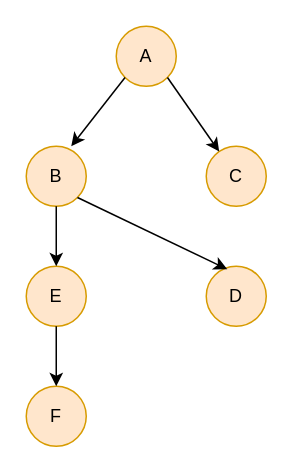
Before: ly_thuyet/ly_thuyet_do_thi/diagrams/graph1.drawio in cmtoan/tri-tue-nhan-tao, a draw.io diagram. Source tidied: cells renumbered, new cells numbered last; positions are measured from the earlier drawing's top-left corner, leaving out a move shared by most shapes. Both pictures are drawn from the tidied source at 150%, with x=0, y=0 at pixel (26, 26).
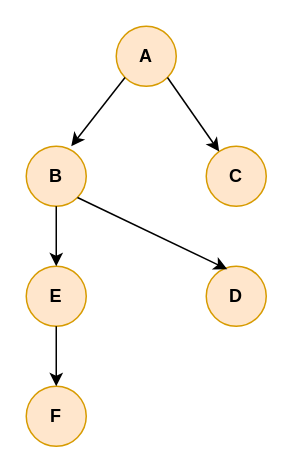
The same diagram, later.

Change to the diagram source:
```diff
@@
 <mxGraphModel>
   <root>
     <mxCell id="0" />
     <mxCell id="1" parent="0" />
-    <mxCell id="2" value="A" style="ellipse;whiteSpace=wrap;html=1;fillColor=#ffe6cc;strokeColor=#d79b00;" parent="1" vertex="1">
+    <mxCell id="2" value="A" style="ellipse;whiteSpace=wrap;html=1;fillColor=#ffe6cc;strokeColor=#d79b00;fontStyle=1;" parent="1" vertex="1">
       <mxGeometry x="60" width="40" height="40" as="geometry" />
     </mxCell>
-    <mxCell id="3" value="F" style="ellipse;whiteSpace=wrap;html=1;fillColor=#ffe6cc;strokeColor=#d79b00;" parent="1" vertex="1">
+    <mxCell id="3" value="F" style="ellipse;whiteSpace=wrap;html=1;fillColor=#ffe6cc;strokeColor=#d79b00;fontStyle=1;" parent="1" vertex="1">
       <mxGeometry y="240" width="40" height="40" as="geometry" />
     </mxCell>
-    <mxCell id="4" value="D" style="ellipse;whiteSpace=wrap;html=1;fillColor=#ffe6cc;strokeColor=#d79b00;" parent="1" vertex="1">
+    <mxCell id="4" value="D" style="ellipse;whiteSpace=wrap;html=1;fillColor=#ffe6cc;strokeColor=#d79b00;fontStyle=1;" parent="1" vertex="1">
       <mxGeometry x="120" y="160" width="40" height="40" as="geometry" />
     </mxCell>
-    <mxCell id="5" value="E" style="ellipse;whiteSpace=wrap;html=1;fillColor=#ffe6cc;strokeColor=#d79b00;" parent="1" vertex="1">
+    <mxCell id="5" value="E" style="ellipse;whiteSpace=wrap;html=1;fillColor=#ffe6cc;strokeColor=#d79b00;fontStyle=1;" parent="1" vertex="1">
       <mxGeometry y="160" width="40" height="40" as="geometry" />
     </mxCell>
-    <mxCell id="6" value="C" style="ellipse;whiteSpace=wrap;html=1;fillColor=#ffe6cc;strokeColor=#d79b00;" parent="1" vertex="1">
+    <mxCell id="6" value="C" style="ellipse;whiteSpace=wrap;html=1;fillColor=#ffe6cc;strokeColor=#d79b00;fontStyle=1;" parent="1" vertex="1">
       <mxGeometry x="120" y="80" width="40" height="40" as="geometry" />
     </mxCell>
-    <mxCell id="7" value="B" style="ellipse;whiteSpace=wrap;html=1;fillColor=#ffe6cc;strokeColor=#d79b00;" parent="1" vertex="1">
+    <mxCell id="7" value="B" style="ellipse;whiteSpace=wrap;html=1;fillColor=#ffe6cc;strokeColor=#d79b00;fontStyle=1;" parent="1" vertex="1">
       <mxGeometry y="80" width="40" height="40" as="geometry" />
     </mxCell>
     <mxCell id="8" style="endArrow=classic;html=1;rounded=0;exitX=0;exitY=1;exitDx=0;exitDy=0;entryX=0.75;entryY=0;entryDx=0;entryDy=0;entryPerimeter=0;" parent="1" edge="1" source="2" target="7">
       <mxGeometry relative="1" as="geometry" />
     </mxCell>
     <mxCell id="9" style="endArrow=classic;html=1;rounded=0;exitX=0.5;exitY=1;exitDx=0;exitDy=0;entryX=0.5;entryY=0;entryDx=0;entryDy=0;" parent="1" edge="1" source="7" target="5">
       <mxGeometry relative="1" as="geometry" />
     </mxCell>
     <mxCell id="10" style="endArrow=classic;html=1;rounded=0;exitX=0.5;exitY=1;exitDx=0;exitDy=0;entryX=0.75;entryY=0;entryDx=0;entryDy=0;entryPerimeter=0;" parent="1" edge="1" source="5">
       <mxGeometry relative="1" as="geometry">
         <mxPoint x="20" y="240" as="targetPoint" />
       </mxGeometry>
     </mxCell>
     <mxCell id="11" style="endArrow=classic;html=1;rounded=0;exitX=1;exitY=1;exitDx=0;exitDy=0;entryX=0.35;entryY=0.05;entryDx=0;entryDy=0;entryPerimeter=0;" parent="1" edge="1" source="7" target="4">
       <mxGeometry relative="1" as="geometry" />
     </mxCell>
     <mxCell id="12" style="endArrow=classic;html=1;rounded=0;exitX=1;exitY=1;exitDx=0;exitDy=0;" parent="1" edge="1" source="2" target="6">
       <mxGeometry relative="1" as="geometry" />
     </mxCell>
   </root>
 </mxGraphModel>
```
